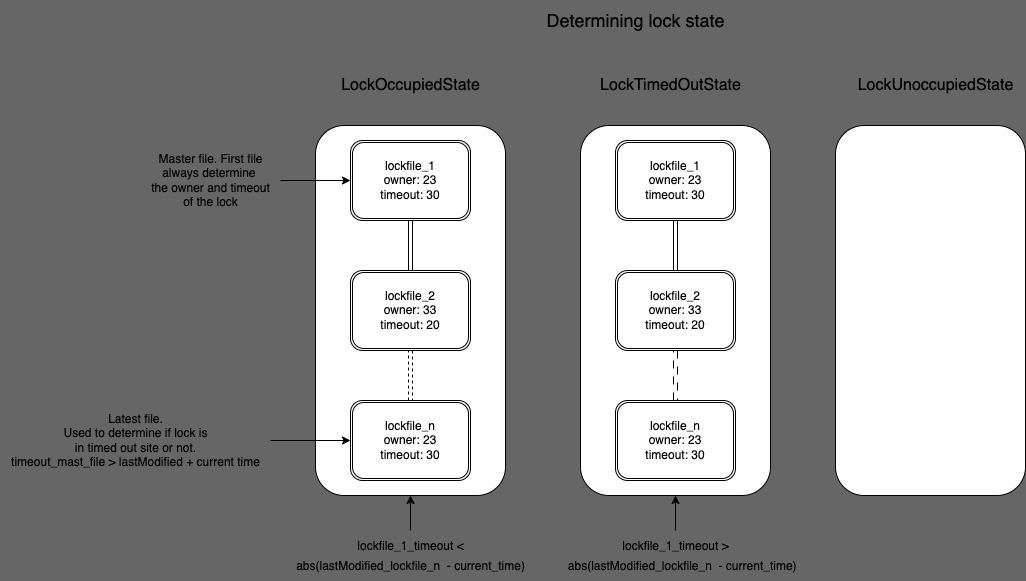
Above: diagrams/bucket_representation.drawio.png in Skyvell/s3lock (draw.io), before the change. Source tidied: cells renumbered, new cells last; positions are measured from the earlier drawing's top-left corner, leaving out a move shared by most shapes.
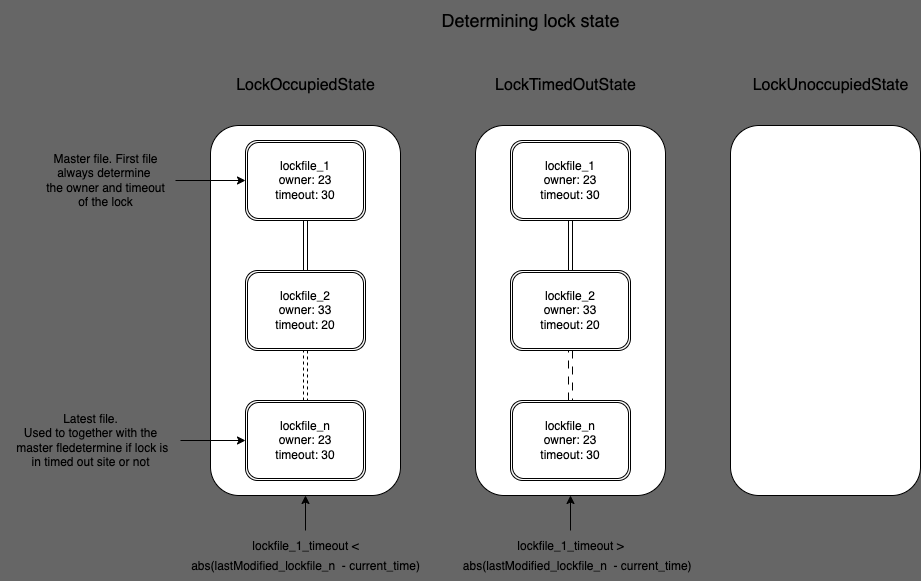
Above is the later version.

Change to the diagram source:
```diff
@@ -31,8 +31,8 @@
     <mxCell id="10" style="edgeStyle=none;html=1;entryX=0;entryY=0.5;entryDx=0;entryDy=0;" parent="1" edge="1" source="11" target="7">
       <mxGeometry relative="1" as="geometry" />
     </mxCell>
-    <mxCell id="11" value="Latest file.&lt;br&gt;Used to determine if lock is&lt;br&gt;in timed out site or not.&lt;br&gt;timeout_mast_file &amp;gt; lastModified + current time" style="text;html=1;align=center;verticalAlign=middle;points=[];strokeColor=none;fillColor=none;" parent="1" vertex="1">
-      <mxGeometry y="405" width="270" height="70" as="geometry" />
+    <mxCell id="11" value="Latest file.&lt;br&gt;Used to together with the&lt;br&gt;&amp;nbsp;master fledetermine if lock is&lt;br&gt;in timed out site or not" style="text;html=1;align=center;verticalAlign=middle;points=[];strokeColor=none;fillColor=none;" parent="1" vertex="1">
+      <mxGeometry x="105" y="405" width="180" height="70" as="geometry" />
     </mxCell>
     <mxCell id="12" style="rounded=1;whiteSpace=wrap;html=1;" parent="1" vertex="1">
       <mxGeometry x="580" y="125" width="190" height="370" as="geometry" />
```
